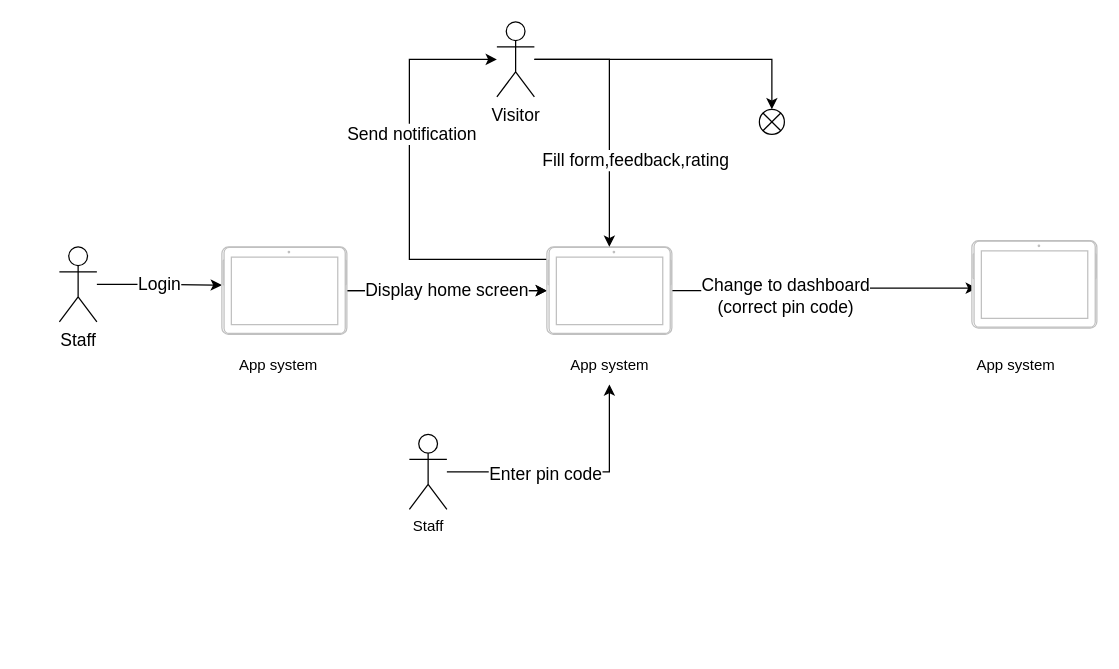
Earlier version of the draw.io diagram page "Page-1" (1 of 3) of wireframe_explaination/Workflow_1.drawio (duongminhthanh/app_system_management_visitor_for_old_aparment). Source tidied: cells renumbered, new cells numbered last; positions are measured from the earlier drawing's top-left corner, leaving out a move shared by most shapes. Both pictures are drawn from the tidied source at 125%, with x=0, y=0 at pixel (59, 21).
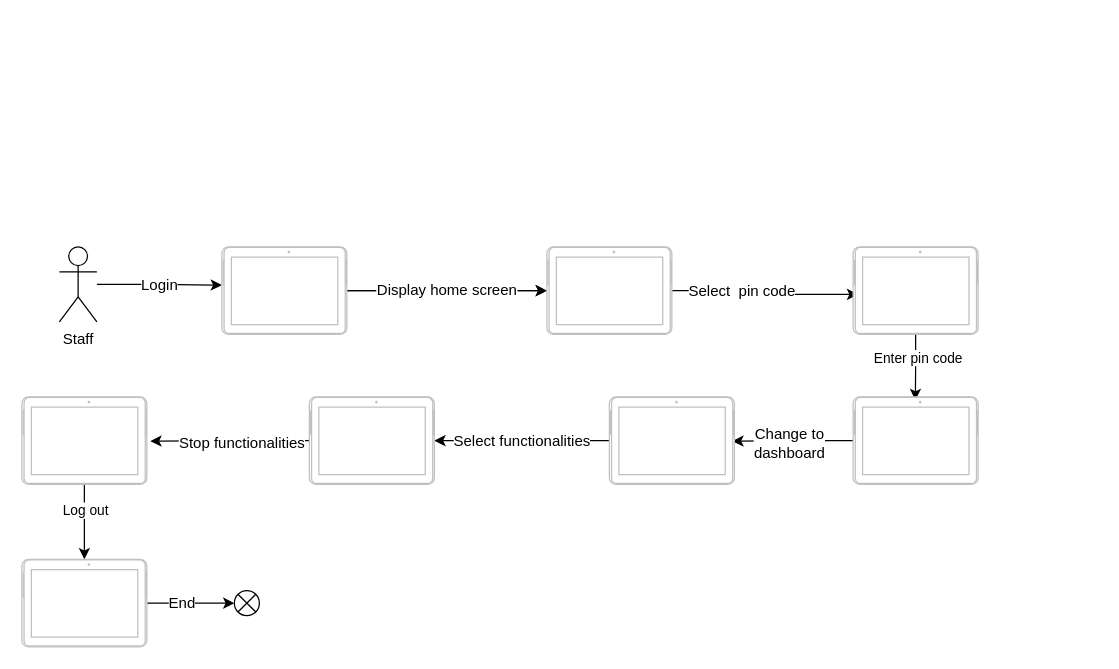
After the change.

The change refers to these unchanged cells:
```xml
<mxCell id="6" style="verticalLabelPosition=bottom;verticalAlign=top;html=1;shadow=0;dashed=0;strokeWidth=1;shape=mxgraph.android.tab2;strokeColor=#c0c0c0;direction=north;" parent="1" vertex="1">
  <mxGeometry x="130" y="180" width="100" height="70" as="geometry" />
</mxCell>
<mxCell id="8" style="edgeStyle=orthogonalEdgeStyle;rounded=0;jettySize=auto;html=1;entryX=0.457;entryY=0.04;entryDx=0;entryDy=0;entryPerimeter=0;" parent="1" edge="1" source="12" target="21">
  <mxGeometry relative="1" as="geometry" />
</mxCell>
<mxCell id="12" style="verticalLabelPosition=bottom;verticalAlign=top;html=1;shadow=0;dashed=0;strokeWidth=1;shape=mxgraph.android.tab2;strokeColor=#c0c0c0;direction=north;" parent="1" vertex="1">
  <mxGeometry x="390" y="180" width="100" height="70" as="geometry" />
</mxCell>
```

Change to the diagram source:
```diff
@@
-    <mxCell id="2" value="Login" style="edgeStyle=orthogonalEdgeStyle;rounded=0;jettySize=auto;html=1;entryX=0.563;entryY=0;entryDx=0;entryDy=0;entryPerimeter=0;fontSize=14;" parent="1" edge="1" source="3" target="6">
+    <mxCell id="2" value="&lt;font style=&quot;font-size: 12px;&quot;&gt;Login&lt;/font&gt;" style="edgeStyle=orthogonalEdgeStyle;rounded=0;jettySize=auto;html=1;entryX=0.563;entryY=0;entryDx=0;entryDy=0;entryPerimeter=0;fontSize=14;" parent="1" edge="1" source="3" target="6">
       <mxGeometry relative="1" as="geometry" />
     </mxCell>
-    <mxCell id="3" value="Staff" style="shape=umlActor;verticalLabelPosition=bottom;verticalAlign=top;html=1;outlineConnect=0;fontSize=14;" parent="1" vertex="1">
+    <mxCell id="3" value="Staff" style="shape=umlActor;verticalLabelPosition=bottom;verticalAlign=top;html=1;outlineConnect=0;fontSize=12;" parent="1" vertex="1">
       <mxGeometry y="180" width="30" height="60" as="geometry" />
     </mxCell>
@@
-    <mxCell id="5" value="Display home screen" style="edgeStyle=orthogonalEdgeStyle;rounded=0;jettySize=auto;html=1;fontSize=14;" parent="1" edge="1" source="6" target="12">
+    <mxCell id="5" value="Display home screen" style="edgeStyle=orthogonalEdgeStyle;rounded=0;jettySize=auto;html=1;fontSize=12;" parent="1" edge="1" source="6" target="12">
       <mxGeometry relative="1" as="geometry" />
     </mxCell>
@@
-    <mxCell id="7" value="App system" style="text;html=1;align=center;verticalAlign=middle;strokeColor=none;fillColor=none;" parent="1" vertex="1">
-      <mxGeometry x="130" y="260" width="90" height="30" as="geometry" />
-    </mxCell>
@@
-    <mxCell id="9" value="Change to dashboard&lt;br&gt;(correct pin code)" style="edgeLabel;html=1;align=center;verticalAlign=middle;fontSize=14;" parent="8" vertex="1">
-      <mxGeometry x="-0.27" y="-3" relative="1" as="geometry" />
+    <mxCell id="9" value="Select&amp;nbsp; pin code" style="edgeLabel;html=1;align=center;verticalAlign=middle;fontSize=12;" parent="8" vertex="1">
+      <mxGeometry x="-0.27" y="-3" relative="1" as="geometry">
+        <mxPoint y="-3" as="offset" />
+      </mxGeometry>
     </mxCell>
-    <mxCell id="10" style="edgeStyle=orthogonalEdgeStyle;rounded=0;jettySize=auto;html=1;" parent="1" edge="1" source="12" target="17">
-      <mxGeometry relative="1" as="geometry">
-        <Array as="points">
-          <mxPoint x="280" y="190" />
-          <mxPoint x="280" y="30" />
-        </Array>
-      </mxGeometry>
-    </mxCell>
-    <mxCell id="11" value="Send notification" style="edgeLabel;html=1;align=center;verticalAlign=middle;fontSize=14;" parent="10" vertex="1">
-      <mxGeometry x="0.24" y="-1" relative="1" as="geometry" />
-    </mxCell>
@@
-    <mxCell id="13" value="App system" style="text;html=1;align=center;verticalAlign=middle;points=[];strokeColor=none;fillColor=none;" parent="1" vertex="1">
-      <mxGeometry x="395" y="260" width="90" height="30" as="geometry" />
-    </mxCell>
-    <mxCell id="14" style="edgeStyle=orthogonalEdgeStyle;rounded=0;jettySize=auto;html=1;fontSize=14;" parent="1" edge="1" source="17" target="12">
-      <mxGeometry relative="1" as="geometry" />
-    </mxCell>
-    <mxCell id="15" value="Fill form,feedback,rating" style="edgeLabel;html=1;align=center;verticalAlign=middle;fontSize=14;" parent="14" vertex="1">
-      <mxGeometry x="-0.01" y="4" relative="1" as="geometry">
-        <mxPoint x="16" y="36" as="offset" />
-      </mxGeometry>
-    </mxCell>
-    <mxCell id="16" style="edgeStyle=orthogonalEdgeStyle;rounded=0;jettySize=auto;html=1;entryX=0.5;entryY=0;entryDx=0;entryDy=0;entryPerimeter=0;" parent="1" edge="1" source="17" target="23">
-      <mxGeometry relative="1" as="geometry" />
-    </mxCell>
-    <mxCell id="17" value="Visitor" style="shape=umlActor;verticalLabelPosition=bottom;verticalAlign=top;html=1;outlineConnect=0;fontSize=14;" parent="1" vertex="1">
-      <mxGeometry x="350" width="30" height="60" as="geometry" />
-    </mxCell>
-    <mxCell id="18" style="edgeStyle=orthogonalEdgeStyle;rounded=0;jettySize=auto;html=1;" parent="1" edge="1" source="20" target="13">
-      <mxGeometry relative="1" as="geometry" />
-    </mxCell>
+    <mxCell id="24" style="edgeStyle=orthogonalEdgeStyle;rounded=0;jettySize=auto;html=1;entryX=0.963;entryY=0.498;entryDx=0;entryDy=0;entryPerimeter=0;" parent="1" edge="1" source="21" target="27">
+      <mxGeometry relative="1" as="geometry" />
+    </mxCell>
-    <mxCell id="19" value="Enter pin code" style="edgeLabel;html=1;align=center;verticalAlign=middle;fontSize=14;" parent="18" vertex="1">
-      <mxGeometry x="-0.22" y="-1" relative="1" as="geometry" />
+    <mxCell id="19" value="Enter pin code" style="edgeLabel;html=1;align=center;verticalAlign=middle;" parent="24" vertex="1">
+      <mxGeometry x="-0.28" y="1" relative="1" as="geometry">
+        <mxPoint y="-1" as="offset" />
+      </mxGeometry>
     </mxCell>
-    <mxCell id="20" value="Staff" style="shape=umlActor;verticalLabelPosition=bottom;verticalAlign=top;html=1;outlineConnect=0;" parent="1" vertex="1">
-      <mxGeometry x="280" y="330" width="30" height="60" as="geometry" />
-    </mxCell>
     <mxCell id="21" style="verticalLabelPosition=bottom;verticalAlign=top;html=1;shadow=0;dashed=0;strokeWidth=1;shape=mxgraph.android.tab2;strokeColor=#c0c0c0;direction=north;" parent="1" vertex="1">
-      <mxGeometry x="730" y="175" width="100" height="70" as="geometry" />
+      <mxGeometry x="635" y="180" width="100" height="70" as="geometry" />
     </mxCell>
-    <mxCell id="22" value="App system" style="text;html=1;align=center;verticalAlign=middle;strokeColor=none;fillColor=none;" parent="1" vertex="1">
-      <mxGeometry x="720" y="260" width="90" height="30" as="geometry" />
-    </mxCell>
     <mxCell id="23" style="verticalLabelPosition=bottom;verticalAlign=top;html=1;shape=mxgraph.flowchart.or;" parent="1" vertex="1">
-      <mxGeometry x="560" y="70" width="20" height="20" as="geometry" />
+      <mxGeometry x="140" y="455" width="20" height="20" as="geometry" />
     </mxCell>
+    <mxCell id="25" style="edgeStyle=orthogonalEdgeStyle;rounded=0;jettySize=auto;html=1;entryX=0.494;entryY=0.984;entryDx=0;entryDy=0;entryPerimeter=0;" parent="1" edge="1" source="27" target="30">
+      <mxGeometry relative="1" as="geometry" />
+    </mxCell>
+    <mxCell id="26" value="Change to&lt;br style=&quot;font-size: 12px;&quot;&gt;dashboard" style="edgeLabel;html=1;align=center;verticalAlign=middle;fontSize=12;" parent="25" vertex="1">
+      <mxGeometry x="0.07" y="1" relative="1" as="geometry" />
+    </mxCell>
+    <mxCell id="27" style="verticalLabelPosition=bottom;verticalAlign=top;html=1;shadow=0;dashed=0;strokeWidth=1;shape=mxgraph.android.tab2;strokeColor=#c0c0c0;direction=north;" parent="1" vertex="1">
+      <mxGeometry x="635" y="300" width="100" height="70" as="geometry" />
+    </mxCell>
+    <mxCell id="28" style="edgeStyle=orthogonalEdgeStyle;rounded=0;jettySize=auto;html=1;" parent="1" edge="1" source="30" target="33">
+      <mxGeometry relative="1" as="geometry" />
+    </mxCell>
+    <mxCell id="29" value="Select functionalities" style="edgeLabel;html=1;align=center;verticalAlign=middle;fontSize=12;" parent="28" vertex="1">
+      <mxGeometry x="0.01" y="-4" relative="1" as="geometry">
+        <mxPoint y="4" as="offset" />
+      </mxGeometry>
+    </mxCell>
+    <mxCell id="30" style="verticalLabelPosition=bottom;verticalAlign=top;html=1;shadow=0;dashed=0;strokeWidth=1;shape=mxgraph.android.tab2;strokeColor=#c0c0c0;direction=north;" parent="1" vertex="1">
+      <mxGeometry x="440" y="300" width="100" height="70" as="geometry" />
+    </mxCell>
+    <mxCell id="31" style="edgeStyle=orthogonalEdgeStyle;rounded=0;jettySize=auto;html=1;entryX=0.494;entryY=1.028;entryDx=0;entryDy=0;entryPerimeter=0;" parent="1" edge="1" source="33" target="36">
+      <mxGeometry relative="1" as="geometry" />
+    </mxCell>
+    <mxCell id="32" value="Stop functionalities" style="edgeLabel;html=1;align=center;verticalAlign=middle;fontSize=12;" parent="31" vertex="1">
+      <mxGeometry x="-0.16" y="1" relative="1" as="geometry">
+        <mxPoint x="-1" as="offset" />
+      </mxGeometry>
+    </mxCell>
+    <mxCell id="33" style="verticalLabelPosition=bottom;verticalAlign=top;html=1;shadow=0;dashed=0;strokeWidth=1;shape=mxgraph.android.tab2;strokeColor=#c0c0c0;direction=north;" parent="1" vertex="1">
+      <mxGeometry x="200" y="300" width="100" height="70" as="geometry" />
+    </mxCell>
+    <mxCell id="34" style="edgeStyle=orthogonalEdgeStyle;rounded=0;jettySize=auto;html=1;" parent="1" edge="1" source="36" target="39">
+      <mxGeometry relative="1" as="geometry" />
+    </mxCell>
+    <mxCell id="35" value="Log out" style="edgeLabel;html=1;align=center;verticalAlign=middle;" parent="34" vertex="1">
+      <mxGeometry x="-0.33" relative="1" as="geometry" />
+    </mxCell>
+    <mxCell id="36" style="verticalLabelPosition=bottom;verticalAlign=top;html=1;shadow=0;dashed=0;strokeWidth=1;shape=mxgraph.android.tab2;strokeColor=#c0c0c0;direction=north;" parent="1" vertex="1">
+      <mxGeometry x="-30" y="300" width="100" height="70" as="geometry" />
+    </mxCell>
+    <mxCell id="37" style="edgeStyle=orthogonalEdgeStyle;rounded=0;jettySize=auto;html=1;entryX=0;entryY=0.5;entryDx=0;entryDy=0;entryPerimeter=0;" parent="1" edge="1" source="39" target="23">
+      <mxGeometry relative="1" as="geometry" />
+    </mxCell>
+    <mxCell id="38" value="End" style="edgeLabel;html=1;align=center;verticalAlign=middle;fontSize=12;" parent="37" vertex="1">
+      <mxGeometry x="-0.24" y="1" relative="1" as="geometry" />
+    </mxCell>
+    <mxCell id="39" style="verticalLabelPosition=bottom;verticalAlign=top;html=1;shadow=0;dashed=0;strokeWidth=1;shape=mxgraph.android.tab2;strokeColor=#c0c0c0;direction=north;" parent="1" vertex="1">
+      <mxGeometry x="-30" y="430" width="100" height="70" as="geometry" />
+    </mxCell>
```
